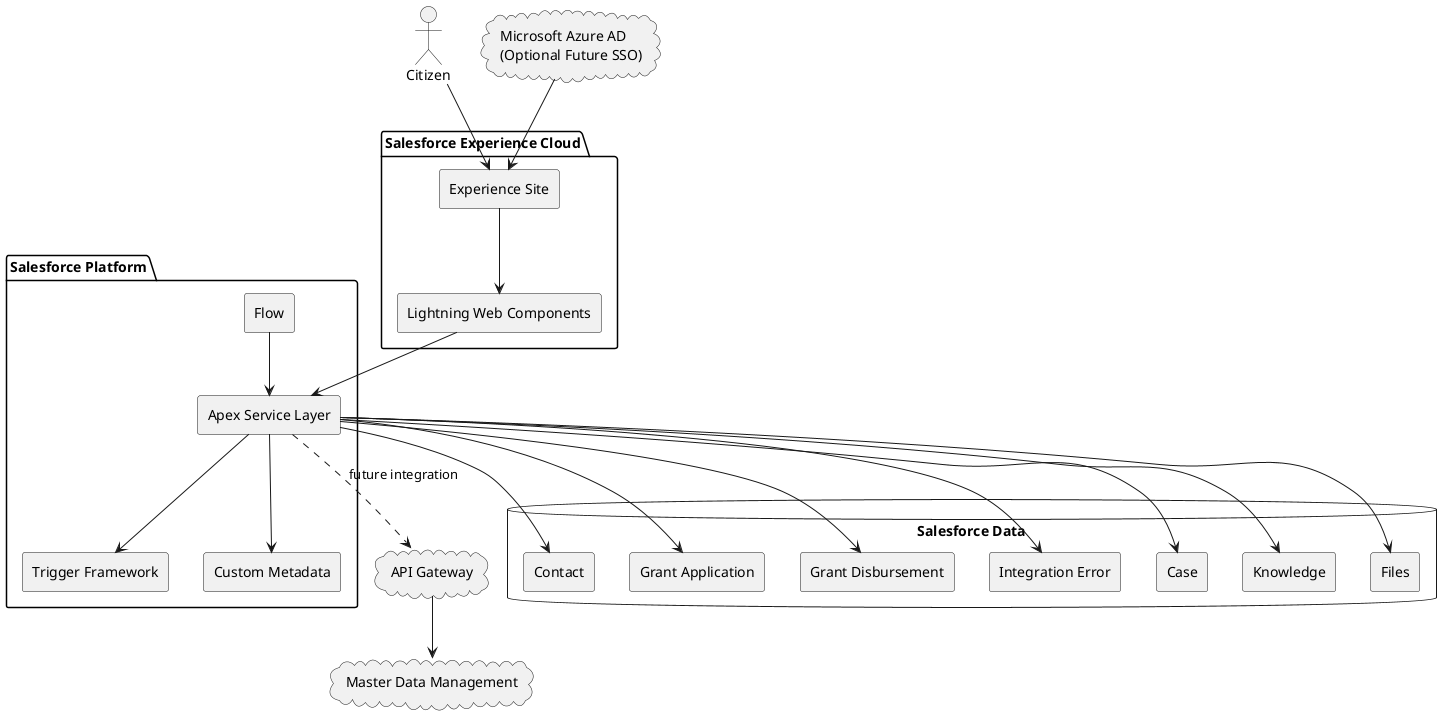
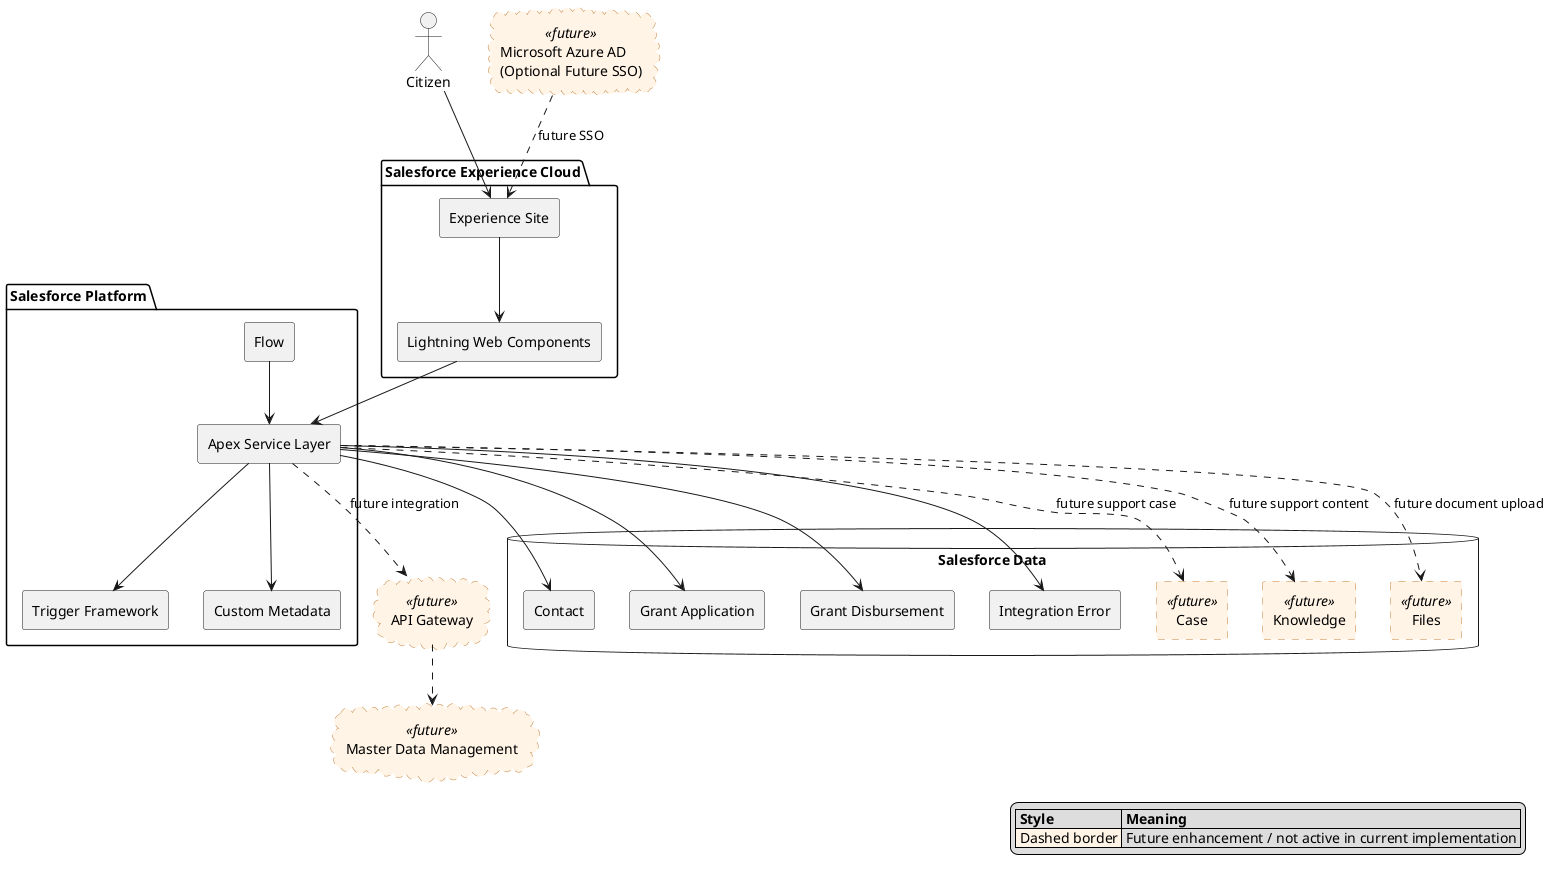
@startuml

skinparam componentStyle rectangle
+ skinparam component {
+     BackgroundColor<<future>> #FFF4E6
+     BorderColor<<future>> #C47F36
+     BorderStyle<<future>> dashed
+ }
+ skinparam cloud {
+     BackgroundColor<<future>> #FFF4E6
+     BorderColor<<future>> #C47F36
+     BorderStyle<<future>> dashed
+ }

actor Citizen

- cloud "Microsoft Azure AD\n(Optional Future SSO)" as AAD
+ cloud "Microsoft Azure AD\n(Optional Future SSO)" as AAD <<future>>

package "Salesforce Experience Cloud" {

    [Experience Site]

    [Lightning Web Components]

}

package "Salesforce Platform" {

    [Flow]

    [Apex Service Layer]

    [Trigger Framework]

    [Custom Metadata]

}

database "Salesforce Data" {

    [Contact]

    [Grant Application]

    [Grant Disbursement]

    [Integration Error]

-     [Case]
+     component "Case" as CaseFuture <<future>>

-     [Knowledge]
+     component "Knowledge" as KnowledgeFuture <<future>>

-     [Files]
+     component "Files" as FilesFuture <<future>>

}

- cloud "API Gateway" {
+ cloud "API Gateway" as ApiGateway <<future>> {

}

- cloud "Master Data Management" {
+ cloud "Master Data Management" as MDM <<future>> {

}

Citizen --> [Experience Site]

[Experience Site] --> [Lightning Web Components]

[Lightning Web Components] --> [Apex Service Layer]

[Flow] --> [Apex Service Layer]

[Apex Service Layer] --> [Trigger Framework]

[Apex Service Layer] --> [Custom Metadata]

[Apex Service Layer] --> [Contact]

[Apex Service Layer] --> [Grant Application]

[Apex Service Layer] --> [Grant Disbursement]

[Apex Service Layer] --> [Integration Error]

- [Apex Service Layer] --> [Case]
+ [Apex Service Layer] ..> CaseFuture : future support case

- [Apex Service Layer] --> [Knowledge]
+ [Apex Service Layer] ..> KnowledgeFuture : future support content

- [Apex Service Layer] --> [Files]
+ [Apex Service Layer] ..> FilesFuture : future document upload

- [Apex Service Layer] ..> "API Gateway" : future integration
+ [Apex Service Layer] ..> ApiGateway : future integration

- "API Gateway" --> "Master Data Management"
+ ApiGateway ..> MDM

- AAD --> [Experience Site]
+ AAD ..> [Experience Site] : future SSO
+ 
+ legend right
+   |= Style |= Meaning |
+   |<#FFF4E6> Dashed border | Future enhancement / not active in current implementation |
+ endlegend

@enduml
